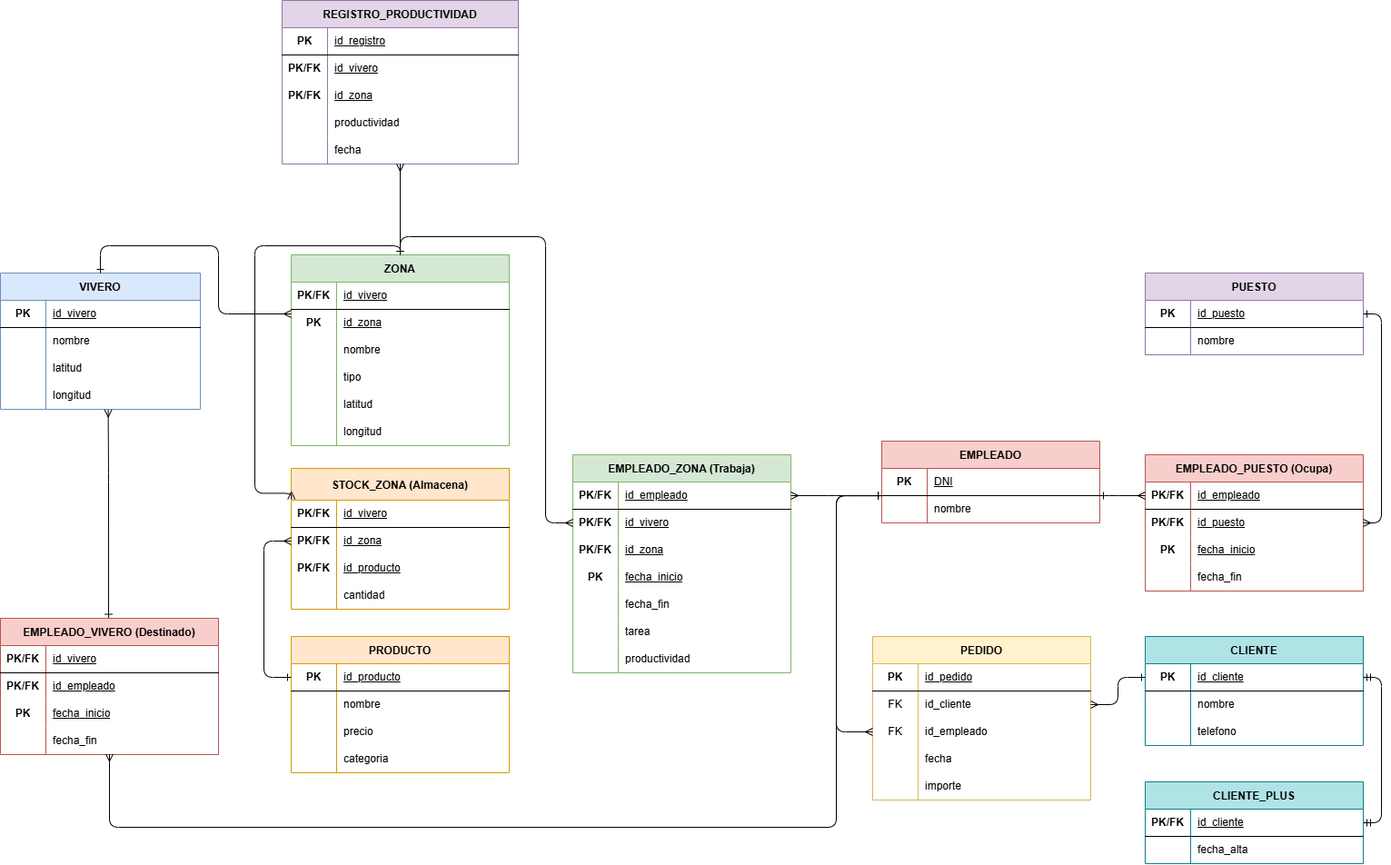
Above: Modelo relacional.png in alu0101539669/Modelo-relacional.-Viveros (draw.io), before the change. Source tidied: cells renumbered, new cells last; positions are measured from the earlier drawing's top-left corner, leaving out a move shared by most shapes.
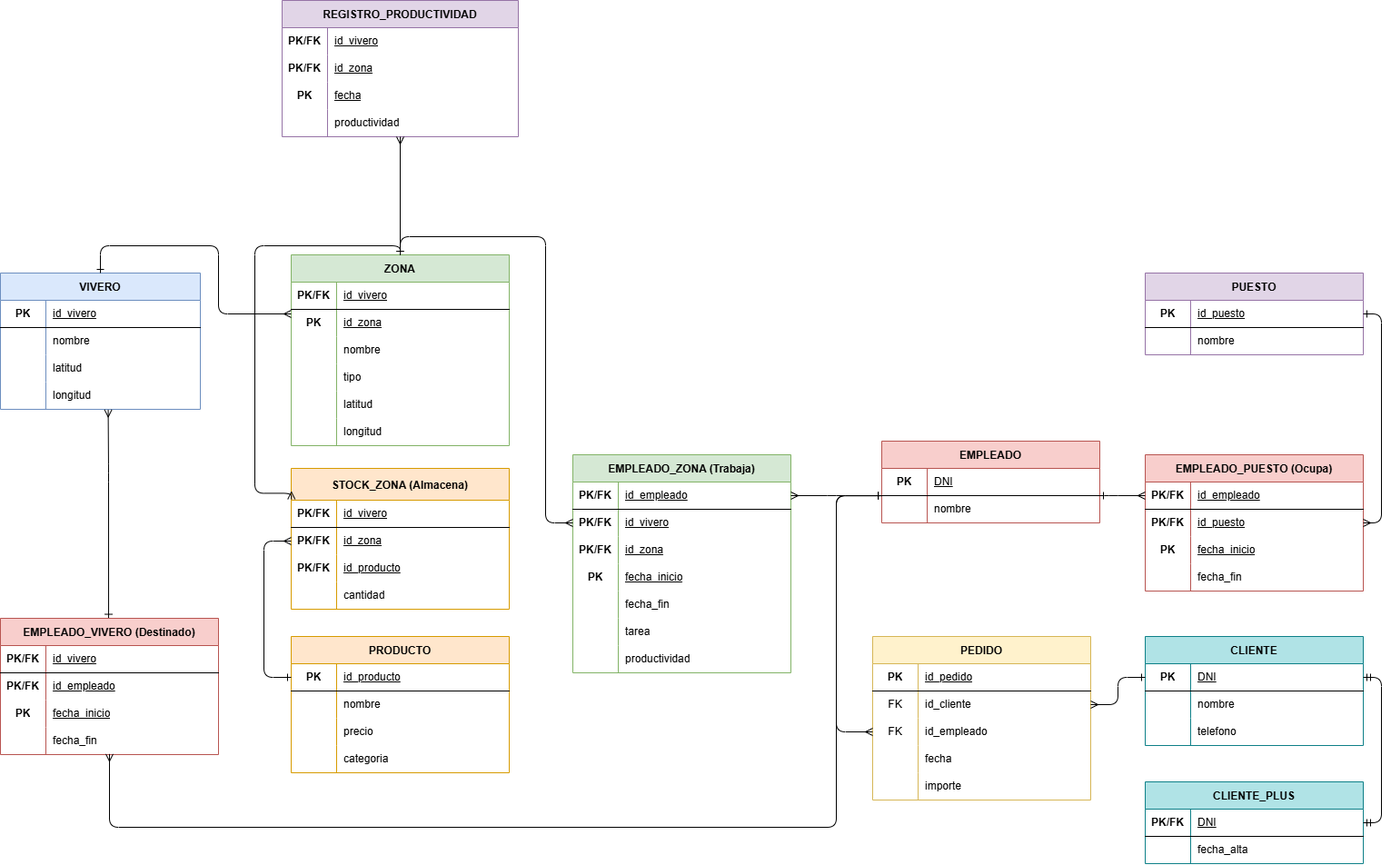
Later version of the same file.

Commit message:
Correcion modelo relacional V2

What changed in the source:
```diff
@@ -108,19 +108,10 @@
       </mxGeometry>
     </mxCell>
     <mxCell id="35" value="REGISTRO_PRODUCTIVIDAD" style="shape=table;startSize=30;rowLines=0;fontStyle=1;align=center;fillColor=#e1d5e7;strokeColor=#9673a6;" parent="1" vertex="1">
-      <mxGeometry x="310" width="260" height="180" as="geometry" />
+      <mxGeometry x="310" width="260" height="150" as="geometry" />
     </mxCell>
-    <mxCell id="36" style="shape=tableRow;horizontal=0;startSize=0;swimlaneHead=0;swimlaneBody=0;fillColor=none;top=0;left=0;right=0;bottom=1;" parent="35" vertex="1">
-      <mxGeometry y="30" width="260" height="30" as="geometry" />
-    </mxCell>
-    <mxCell id="37" value="PK" style="shape=partialRectangle;fillColor=none;top=0;left=0;bottom=0;right=0;fontStyle=1;overflow=hidden;whiteSpace=wrap;html=1;" parent="36" vertex="1">
-      <mxGeometry width="50" height="30" as="geometry" />
-    </mxCell>
-    <mxCell id="38" value="id_registro" style="shape=partialRectangle;fillColor=none;top=0;left=0;bottom=0;right=0;align=left;spacingLeft=6;fontStyle=4;overflow=hidden;whiteSpace=wrap;html=1;" parent="36" vertex="1">
-      <mxGeometry x="50" width="210" height="30" as="geometry" />
-    </mxCell>
     <mxCell id="39" style="shape=tableRow;horizontal=0;startSize=0;swimlaneHead=0;swimlaneBody=0;fillColor=none;top=0;left=0;right=0;bottom=0;" parent="35" vertex="1">
-      <mxGeometry y="60" width="260" height="30" as="geometry" />
+      <mxGeometry y="30" width="260" height="30" as="geometry" />
     </mxCell>
     <mxCell id="40" value="&lt;span style=&quot;font-weight: 700;&quot;&gt;PK/FK&lt;/span&gt;" style="shape=partialRectangle;fillColor=none;top=0;left=0;bottom=0;right=0;overflow=hidden;whiteSpace=wrap;html=1;" parent="39" vertex="1">
       <mxGeometry width="50" height="30" as="geometry" />
@@ -129,7 +120,7 @@
       <mxGeometry x="50" width="210" height="30" as="geometry" />
     </mxCell>
     <mxCell id="42" style="shape=tableRow;horizontal=0;startSize=0;swimlaneHead=0;swimlaneBody=0;fillColor=none;top=0;left=0;right=0;bottom=0;" parent="35" vertex="1">
-      <mxGeometry y="90" width="260" height="30" as="geometry" />
+      <mxGeometry y="60" width="260" height="30" as="geometry" />
     </mxCell>
     <mxCell id="43" value="&lt;b&gt;PK/FK&lt;/b&gt;" style="shape=partialRectangle;fillColor=none;top=0;left=0;bottom=0;right=0;overflow=hidden;whiteSpace=wrap;html=1;" parent="42" vertex="1">
       <mxGeometry width="50" height="30" as="geometry" />
@@ -138,21 +129,21 @@
       <mxGeometry x="50" width="210" height="30" as="geometry" />
     </mxCell>
     <mxCell id="45" style="shape=tableRow;horizontal=0;startSize=0;swimlaneHead=0;swimlaneBody=0;fillColor=none;top=0;left=0;right=0;bottom=0;" parent="35" vertex="1">
-      <mxGeometry y="120" width="260" height="30" as="geometry" />
+      <mxGeometry y="90" width="260" height="30" as="geometry" />
     </mxCell>
-    <mxCell id="46" style="shape=partialRectangle;fillColor=none;top=0;left=0;bottom=0;right=0;overflow=hidden;whiteSpace=wrap;html=1;" parent="45" vertex="1">
+    <mxCell id="46" value="&lt;b&gt;PK&lt;/b&gt;" style="shape=partialRectangle;fillColor=none;top=0;left=0;bottom=0;right=0;overflow=hidden;whiteSpace=wrap;html=1;" parent="45" vertex="1">
       <mxGeometry width="50" height="30" as="geometry" />
     </mxCell>
-    <mxCell id="47" value="productividad" style="shape=partialRectangle;fillColor=none;top=0;left=0;bottom=0;right=0;align=left;spacingLeft=6;overflow=hidden;whiteSpace=wrap;html=1;" parent="45" vertex="1">
+    <mxCell id="47" value="&lt;u&gt;fecha&lt;/u&gt;" style="shape=partialRectangle;fillColor=none;top=0;left=0;bottom=0;right=0;align=left;spacingLeft=6;overflow=hidden;whiteSpace=wrap;html=1;" parent="45" vertex="1">
       <mxGeometry x="50" width="210" height="30" as="geometry" />
     </mxCell>
     <mxCell id="48" style="shape=tableRow;horizontal=0;startSize=0;swimlaneHead=0;swimlaneBody=0;fillColor=none;points=[[0,0.5],[1,0.5]];portConstraint=eastwest;top=0;left=0;right=0;bottom=0;" parent="35" vertex="1">
-      <mxGeometry y="150" width="260" height="30" as="geometry" />
+      <mxGeometry y="120" width="260" height="30" as="geometry" />
     </mxCell>
     <mxCell id="49" style="shape=partialRectangle;fillColor=none;top=0;left=0;bottom=0;right=0;overflow=hidden;whiteSpace=wrap;html=1;" parent="48" vertex="1">
       <mxGeometry width="50" height="30" as="geometry" />
     </mxCell>
-    <mxCell id="50" value="fecha" style="shape=partialRectangle;fillColor=none;top=0;left=0;bottom=0;right=0;align=left;spacingLeft=6;overflow=hidden;whiteSpace=wrap;html=1;" parent="48" vertex="1">
+    <mxCell id="50" value="productividad" style="shape=partialRectangle;fillColor=none;top=0;left=0;bottom=0;right=0;align=left;spacingLeft=6;overflow=hidden;whiteSpace=wrap;html=1;" parent="48" vertex="1">
       <mxGeometry x="50" width="210" height="30" as="geometry" />
     </mxCell>
     <mxCell id="51" style="edgeStyle=orthogonalEdgeStyle;rounded=1;html=1;endArrow=ERmany;startArrow=ERone;endFill=0;startFill=0;exitX=0.5;exitY=0;exitDx=0;exitDy=0;entryX=0.5;entryY=1;entryDx=0;entryDy=0;entryPerimeter=0;" parent="1" edge="1" source="15" target="48">
@@ -442,7 +433,7 @@
     <mxCell id="135" value="PK" style="shape=partialRectangle;fillColor=none;top=0;left=0;bottom=0;right=0;fontStyle=1;overflow=hidden;whiteSpace=wrap;html=1;" parent="134" vertex="1">
       <mxGeometry width="50" height="30" as="geometry" />
     </mxCell>
-    <mxCell id="136" value="id_cliente" style="shape=partialRectangle;fillColor=none;top=0;left=0;bottom=0;right=0;align=left;spacingLeft=6;fontStyle=4;overflow=hidden;whiteSpace=wrap;html=1;" parent="134" vertex="1">
+    <mxCell id="136" value="DNI" style="shape=partialRectangle;fillColor=none;top=0;left=0;bottom=0;right=0;align=left;spacingLeft=6;fontStyle=4;overflow=hidden;whiteSpace=wrap;html=1;" parent="134" vertex="1">
       <mxGeometry x="50" width="190" height="30" as="geometry" />
     </mxCell>
     <mxCell id="137" style="shape=tableRow;horizontal=0;startSize=0;swimlaneHead=0;swimlaneBody=0;fillColor=none;top=0;left=0;right=0;bottom=0;" parent="133" vertex="1">
@@ -472,7 +463,7 @@
     <mxCell id="145" value="PK/FK" style="shape=partialRectangle;fillColor=none;top=0;left=0;bottom=0;right=0;fontStyle=1;overflow=hidden;whiteSpace=wrap;html=1;" parent="144" vertex="1">
       <mxGeometry width="50" height="30" as="geometry" />
     </mxCell>
-    <mxCell id="146" value="id_cliente" style="shape=partialRectangle;fillColor=none;top=0;left=0;bottom=0;right=0;align=left;spacingLeft=6;fontStyle=4;overflow=hidden;whiteSpace=wrap;html=1;" parent="144" vertex="1">
+    <mxCell id="146" value="DNI" style="shape=partialRectangle;fillColor=none;top=0;left=0;bottom=0;right=0;align=left;spacingLeft=6;fontStyle=4;overflow=hidden;whiteSpace=wrap;html=1;" parent="144" vertex="1">
       <mxGeometry x="50" width="190" height="30" as="geometry" />
     </mxCell>
     <mxCell id="147" style="shape=tableRow;horizontal=0;startSize=0;swimlaneHead=0;swimlaneBody=0;fillColor=none;top=0;left=0;right=0;bottom=0;" parent="143" vertex="1">
```
